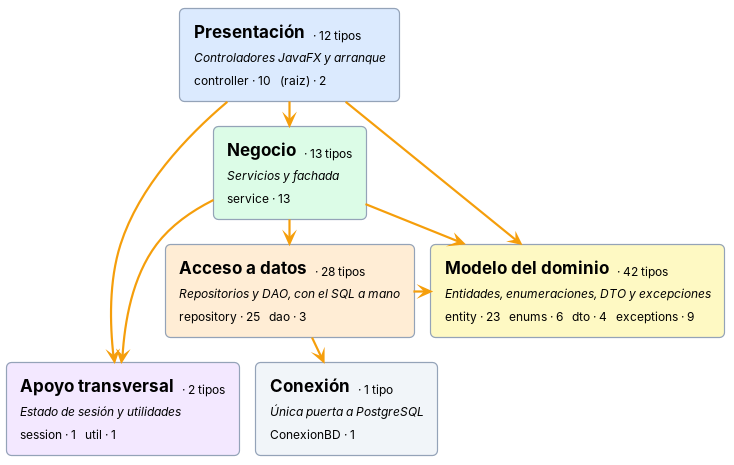
Earlier version of the PlantUML export docs/Imagenes/DiagramaClases_Resumen.png (puj-course/FIS_2630_1204_G2). Its source is kept beside it as docs/diagramas-fuente/DiagramaClases_Resumen.puml.
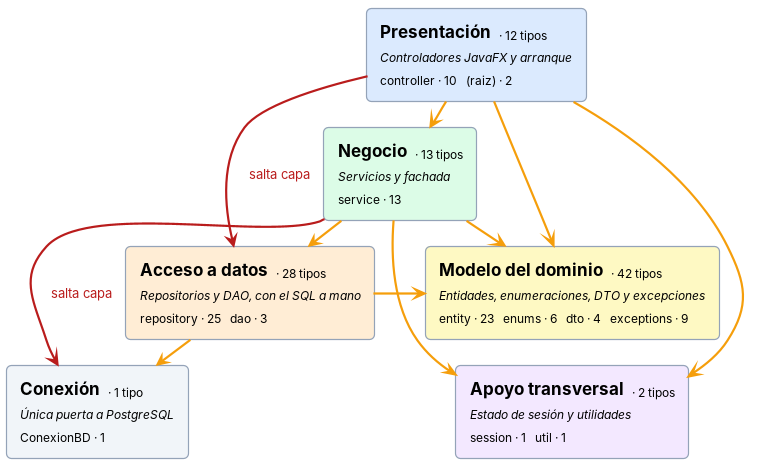
After the change.

Commit message:
docs: las dos vistas ligeras dibujan tambien los saltos de capa

Diff of the diagram source:
```diff
@@ -16,13 +16,15 @@
 rectangle "<size:17><b>Conexión</b></size>  <size:12>· 1 tipo</size>\n<size:12><i>Única puerta a PostgreSQL</i></size>\n<size:12>ConexionBD · 1</size>" as conexion #F1F5F9
 rectangle "<size:17><b>Modelo del dominio</b></size>  <size:12>· 42 tipos</size>\n<size:12><i>Entidades, enumeraciones, DTO y excepciones</i></size>\n<size:12>entity · 23   enums · 6   dto · 4   exceptions · 9</size>" as modelo #FEF9C3
 rectangle "<size:17><b>Apoyo transversal</b></size>  <size:12>· 2 tipos</size>\n<size:12><i>Estado de sesión y utilidades</i></size>\n<size:12>session · 1   util · 1</size>" as apoyo #F3E8FF
+modelo -[hidden]down- apoyo
+datos -right-> modelo
+negocio -right-> modelo
+negocio -down-> datos
+presentacion -right-> modelo
+datos -down-> conexion
+presentacion -[#B91C1C]right-> datos : <color:#B91C1C>salta capa
+presentacion -right-> apoyo
 presentacion -down-> negocio
-negocio -down-> datos
-datos -down-> conexion
-modelo -[hidden]down- apoyo
-presentacion -right-> apoyo
+negocio -[#B91C1C]right-> conexion : <color:#B91C1C>salta capa
 negocio -right-> apoyo
-presentacion -right-> modelo
-negocio -right-> modelo
-datos -right-> modelo
 @enduml
```
